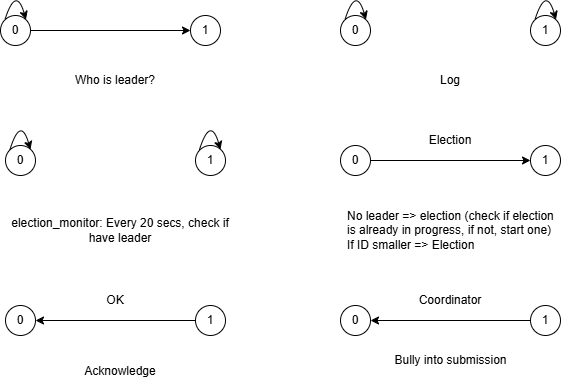
FooKaDoO/ds-practice-2025 keeps this draw.io diagram as docs/Leader Election.png. Above is the earlier version. Source tidied: cells renumbered, new cells last; positions are measured from the earlier drawing's top-left corner, leaving out a move shared by most shapes.
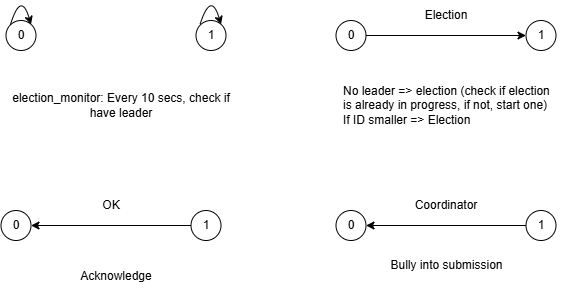
Above is the later version.

Diff of the diagram source:
```diff
@@ -2,94 +2,46 @@
   <root>
     <mxCell id="0" />
     <mxCell id="1" parent="0" />
-    <mxCell id="2" value="0" style="ellipse;whiteSpace=wrap;html=1;" parent="1" vertex="1">
-      <mxGeometry y="30" width="30" height="30" as="geometry" />
-    </mxCell>
-    <mxCell id="3" value="1" style="ellipse;whiteSpace=wrap;html=1;" parent="1" vertex="1">
-      <mxGeometry x="190" y="30" width="30" height="30" as="geometry" />
-    </mxCell>
-    <mxCell id="4" style="endArrow=classic;html=1;rounded=0;exitX=1;exitY=0.5;exitDx=0;exitDy=0;entryX=0;entryY=0.5;entryDx=0;entryDy=0;" parent="1" edge="1" source="2" target="3">
-      <mxGeometry relative="1" as="geometry" />
-    </mxCell>
-    <mxCell id="5" value="Who is leader?" style="text;html=1;align=center;verticalAlign=middle;whiteSpace=wrap;rounded=0;" parent="1" vertex="1">
-      <mxGeometry x="65" y="80" width="100" height="30" as="geometry" />
-    </mxCell>
-    <mxCell id="6" value="0" style="ellipse;whiteSpace=wrap;html=1;" parent="1" vertex="1">
-      <mxGeometry x="340" y="30" width="30" height="30" as="geometry" />
-    </mxCell>
-    <mxCell id="7" value="1" style="ellipse;whiteSpace=wrap;html=1;" parent="1" vertex="1">
-      <mxGeometry x="530" y="30" width="30" height="30" as="geometry" />
-    </mxCell>
-    <mxCell id="8" value="Log" style="text;html=1;align=center;verticalAlign=middle;whiteSpace=wrap;rounded=0;" parent="1" vertex="1">
-      <mxGeometry x="400" y="80" width="100" height="30" as="geometry" />
-    </mxCell>
     <mxCell id="9" value="0" style="ellipse;whiteSpace=wrap;html=1;" parent="1" vertex="1">
-      <mxGeometry x="5" y="160" width="30" height="30" as="geometry" />
+      <mxGeometry x="10" y="130" width="30" height="30" as="geometry" />
     </mxCell>
     <mxCell id="10" value="1" style="ellipse;whiteSpace=wrap;html=1;" parent="1" vertex="1">
-      <mxGeometry x="195" y="160" width="30" height="30" as="geometry" />
+      <mxGeometry x="200" y="130" width="30" height="30" as="geometry" />
     </mxCell>
-    <mxCell id="11" value="election_monitor: Every 20 secs, check if have leader" style="text;html=1;align=center;verticalAlign=middle;whiteSpace=wrap;rounded=0;" parent="1" vertex="1">
-      <mxGeometry x="10" y="230" width="220" height="30" as="geometry" />
+    <mxCell id="11" value="election_monitor: Every 10 secs, check if have leader" style="text;html=1;align=center;verticalAlign=middle;whiteSpace=wrap;rounded=0;" parent="1" vertex="1">
+      <mxGeometry x="15" y="200" width="220" height="30" as="geometry" />
     </mxCell>
     <mxCell id="12" style="curved=1;endArrow=classic;html=1;rounded=0;exitX=0;exitY=0;exitDx=0;exitDy=0;" parent="1" edge="1" source="9">
       <mxGeometry relative="1" as="geometry">
-        <mxPoint x="30" y="164" as="targetPoint" />
+        <mxPoint x="35" y="134" as="targetPoint" />
         <Array as="points">
-          <mxPoint x="20" y="130" />
+          <mxPoint x="25" y="100" />
         </Array>
       </mxGeometry>
     </mxCell>
     <mxCell id="13" style="curved=1;endArrow=classic;html=1;rounded=0;exitX=0;exitY=0;exitDx=0;exitDy=0;" parent="1" edge="1">
       <mxGeometry relative="1" as="geometry">
-        <mxPoint x="199" y="164" as="sourcePoint" />
-        <mxPoint x="220" y="164" as="targetPoint" />
+        <mxPoint x="204" y="134" as="sourcePoint" />
+        <mxPoint x="225" y="134" as="targetPoint" />
         <Array as="points">
-          <mxPoint x="210" y="130" />
+          <mxPoint x="215" y="100" />
         </Array>
       </mxGeometry>
     </mxCell>
-    <mxCell id="14" style="curved=1;endArrow=classic;html=1;rounded=0;exitX=0;exitY=0;exitDx=0;exitDy=0;" parent="1" edge="1">
-      <mxGeometry relative="1" as="geometry">
-        <mxPoint x="534.5" y="34" as="sourcePoint" />
-        <mxPoint x="555.5" y="34" as="targetPoint" />
-        <Array as="points">
-          <mxPoint x="545.5" />
-        </Array>
-      </mxGeometry>
-    </mxCell>
-    <mxCell id="15" style="curved=1;endArrow=classic;html=1;rounded=0;exitX=0;exitY=0;exitDx=0;exitDy=0;" parent="1" edge="1">
-      <mxGeometry relative="1" as="geometry">
-        <mxPoint x="344.5" y="34" as="sourcePoint" />
-        <mxPoint x="365.5" y="34" as="targetPoint" />
-        <Array as="points">
-          <mxPoint x="355.5" />
-        </Array>
-      </mxGeometry>
-    </mxCell>
-    <mxCell id="16" style="curved=1;endArrow=classic;html=1;rounded=0;exitX=0;exitY=0;exitDx=0;exitDy=0;" parent="1" edge="1">
-      <mxGeometry relative="1" as="geometry">
-        <mxPoint x="4.5" y="34" as="sourcePoint" />
-        <mxPoint x="25.5" y="34" as="targetPoint" />
-        <Array as="points">
-          <mxPoint x="15.5" />
-        </Array>
-      </mxGeometry>
-    </mxCell>
     <mxCell id="17" style="edgeStyle=orthogonalEdgeStyle;rounded=0;jettySize=auto;html=1;exitX=1;exitY=0.5;exitDx=0;exitDy=0;entryX=0;entryY=0.5;entryDx=0;entryDy=0;" parent="1" edge="1" source="18" target="19">
       <mxGeometry relative="1" as="geometry" />
     </mxCell>
     <mxCell id="18" value="0" style="ellipse;whiteSpace=wrap;html=1;" parent="1" vertex="1">
-      <mxGeometry x="340" y="160" width="30" height="30" as="geometry" />
+      <mxGeometry x="340" y="130" width="30" height="30" as="geometry" />
     </mxCell>
     <mxCell id="19" value="1" style="ellipse;whiteSpace=wrap;html=1;" parent="1" vertex="1">
-      <mxGeometry x="530" y="160" width="30" height="30" as="geometry" />
+      <mxGeometry x="530" y="130" width="30" height="30" as="geometry" />
     </mxCell>
     <mxCell id="20" value="No leader =&amp;gt; election (check if election is already in progress, if not, start one)&lt;div&gt;If ID smaller =&amp;gt; Election&lt;/div&gt;" style="text;html=1;align=left;verticalAlign=middle;whiteSpace=wrap;rounded=0;" parent="1" vertex="1">
-      <mxGeometry x="345" y="212.5" width="220" height="65" as="geometry" />
+      <mxGeometry x="345" y="182.5" width="220" height="65" as="geometry" />
     </mxCell>
     <mxCell id="21" value="Election" style="text;html=1;align=center;verticalAlign=middle;whiteSpace=wrap;rounded=0;" parent="1" vertex="1">
-      <mxGeometry x="420" y="140" width="60" height="30" as="geometry" />
+      <mxGeometry x="420" y="110" width="60" height="30" as="geometry" />
     </mxCell>
     <mxCell id="22" style="edgeStyle=orthogonalEdgeStyle;rounded=0;jettySize=auto;html=1;exitX=0;exitY=0.5;exitDx=0;exitDy=0;entryX=1;entryY=0.5;entryDx=0;entryDy=0;" parent="1" edge="1" source="24" target="23">
       <mxGeometry relative="1" as="geometry" />
```
